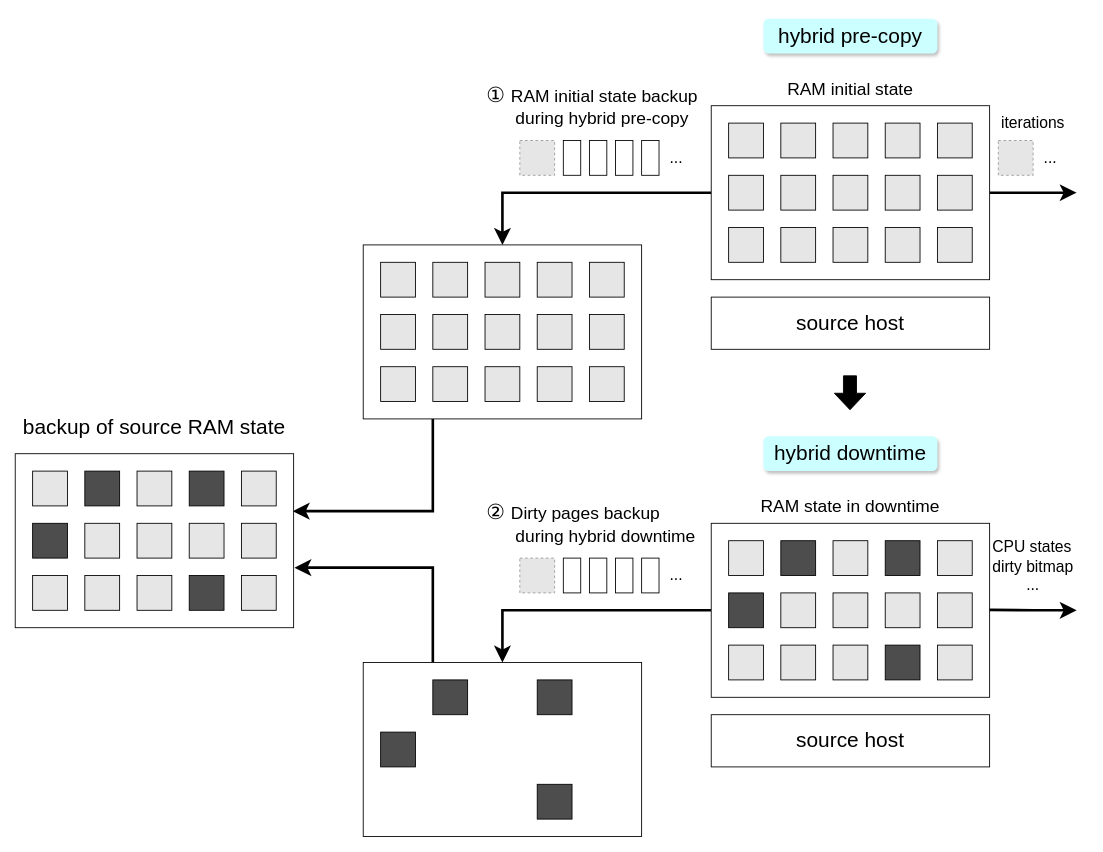
Above: final/backup's challenge.drawio in xuyizhe1999/drawio (draw.io), before the change. Source tidied: cells renumbered, new cells numbered last; positions are measured from the earlier drawing's top-left corner, leaving out a move shared by most shapes. Both pictures are drawn from the tidied source at 87%, with x=0, y=0 at pixel (15, 18). Pictures stored in the file or linked from it are replaced by grey dashed boxes.
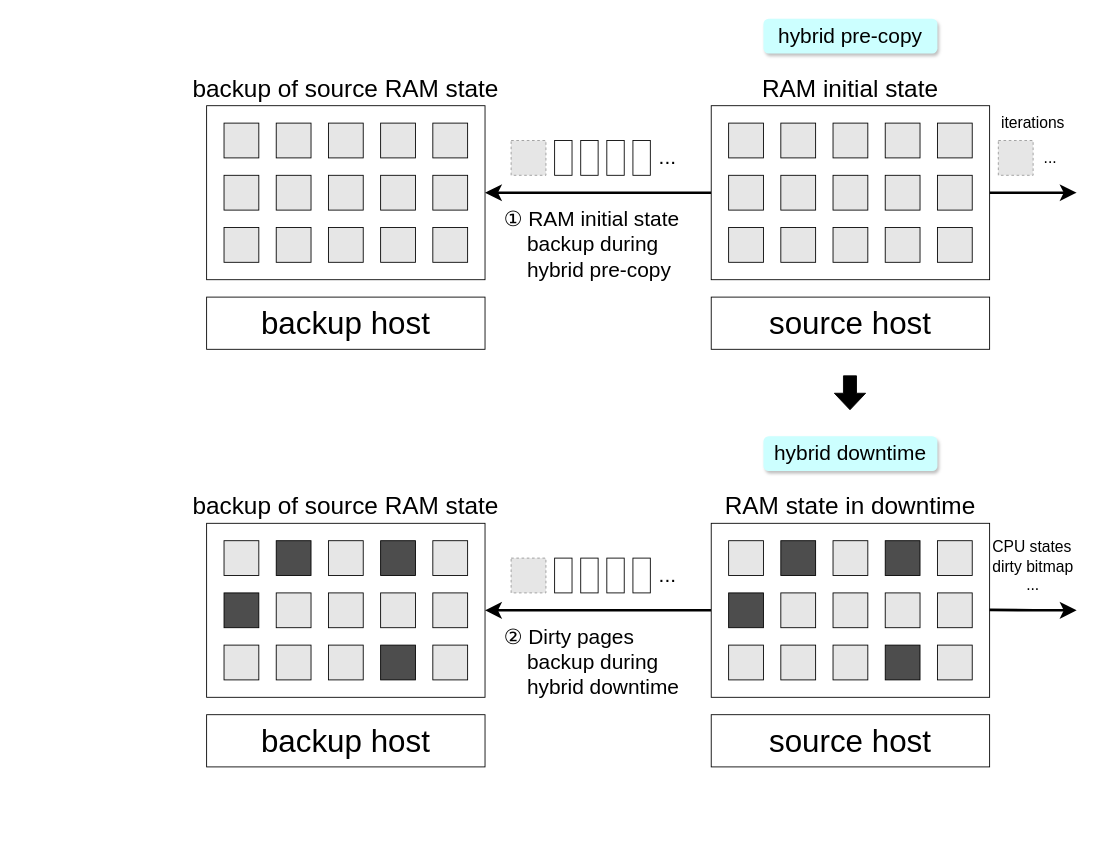
Above is the later version.

Unchanged cells that the change refers to:
```xml
<mxCell id="4" style="rounded=0;whiteSpace=wrap;html=1;" parent="1" vertex="1">
  <mxGeometry x="800" y="100" width="320" height="200" as="geometry" />
</mxCell>
<mxCell id="27" style="rounded=0;whiteSpace=wrap;html=1;" parent="1" vertex="1">
  <mxGeometry x="800" y="580" width="320" height="200" as="geometry" />
</mxCell>
```

Diff of the diagram source:
```diff
@@
-    <mxCell id="3" style="edgeStyle=orthogonalEdgeStyle;rounded=0;jettySize=auto;html=1;exitX=0;exitY=0.5;exitDx=0;exitDy=0;entryX=0.5;entryY=0;entryDx=0;entryDy=0;strokeWidth=3;endSize=10;startSize=10;" parent="1" edge="1" source="4" target="48">
+    <mxCell id="3" style="edgeStyle=orthogonalEdgeStyle;rounded=0;jettySize=auto;html=1;exitX=0;exitY=0.5;exitDx=0;exitDy=0;entryX=1;entryY=0.5;entryDx=0;entryDy=0;strokeWidth=3;endSize=10;startSize=10;" parent="1" edge="1" source="4" target="48">
       <mxGeometry relative="1" as="geometry" />
     </mxCell>
@@
-    <mxCell id="20" value="&lt;font style=&quot;font-size: 24px;&quot;&gt;source host&lt;/font&gt;" style="rounded=0;whiteSpace=wrap;html=1;" parent="1" vertex="1">
+    <mxCell id="20" value="&lt;font style=&quot;font-size: 36px;&quot;&gt;source host&lt;/font&gt;" style="rounded=0;whiteSpace=wrap;html=1;" parent="1" vertex="1">
       <mxGeometry x="800" y="320" width="320" height="60" as="geometry" />
     </mxCell>
-    <mxCell id="21" value="&lt;font style=&quot;font-size: 20px;&quot;&gt;RAM initial state&lt;/font&gt;" style="text;html=1;strokeColor=none;fillColor=none;align=center;verticalAlign=middle;whiteSpace=wrap;rounded=0;" parent="1" vertex="1">
+    <mxCell id="21" value="&lt;font style=&quot;font-size: 28px;&quot;&gt;RAM initial state&lt;/font&gt;" style="text;html=1;strokeColor=none;fillColor=none;align=center;verticalAlign=middle;whiteSpace=wrap;rounded=0;" parent="1" vertex="1">
       <mxGeometry x="800" y="60" width="320" height="40" as="geometry" />
     </mxCell>
@@
-    <mxCell id="26" style="edgeStyle=orthogonalEdgeStyle;rounded=0;jettySize=auto;html=1;exitX=0;exitY=0.5;exitDx=0;exitDy=0;entryX=0.5;entryY=0;entryDx=0;entryDy=0;endSize=10;startSize=10;strokeWidth=3;" parent="1" edge="1" source="27" target="65">
+    <mxCell id="26" style="edgeStyle=orthogonalEdgeStyle;rounded=0;jettySize=auto;html=1;exitX=0;exitY=0.5;exitDx=0;exitDy=0;entryX=1;entryY=0.5;entryDx=0;entryDy=0;endSize=10;startSize=10;strokeWidth=3;" parent="1" edge="1" source="27" target="65">
       <mxGeometry relative="1" as="geometry" />
     </mxCell>
@@
-    <mxCell id="43" value="&lt;font style=&quot;font-size: 24px;&quot;&gt;source host&lt;/font&gt;" style="rounded=0;whiteSpace=wrap;html=1;" parent="1" vertex="1">
+    <mxCell id="43" value="&lt;font style=&quot;font-size: 36px;&quot;&gt;source host&lt;/font&gt;" style="rounded=0;whiteSpace=wrap;html=1;" parent="1" vertex="1">
       <mxGeometry x="800" y="800" width="320" height="60" as="geometry" />
     </mxCell>
-    <mxCell id="44" value="&lt;font style=&quot;font-size: 20px;&quot;&gt;RAM state in downtime&lt;/font&gt;" style="text;html=1;strokeColor=none;fillColor=none;align=center;verticalAlign=middle;whiteSpace=wrap;rounded=0;" parent="1" vertex="1">
+    <mxCell id="44" value="&lt;font style=&quot;font-size: 28px;&quot;&gt;RAM state in downtime&lt;/font&gt;" style="text;html=1;strokeColor=none;fillColor=none;align=center;verticalAlign=middle;whiteSpace=wrap;rounded=0;" parent="1" vertex="1">
       <mxGeometry x="800" y="540" width="320" height="40" as="geometry" />
     </mxCell>
@@
-    <mxCell id="47" style="edgeStyle=orthogonalEdgeStyle;rounded=0;jettySize=auto;html=1;exitX=0.25;exitY=1;exitDx=0;exitDy=0;entryX=0.997;entryY=0.33;entryDx=0;entryDy=0;strokeWidth=3;endSize=10;startSize=10;entryPerimeter=0;" parent="1" edge="1" source="48" target="72">
-      <mxGeometry relative="1" as="geometry" />
-    </mxCell>
     <mxCell id="48" style="rounded=0;whiteSpace=wrap;html=1;" parent="1" vertex="1">
-      <mxGeometry x="400" y="260" width="320" height="200" as="geometry" />
+      <mxGeometry x="220" y="100" width="320" height="200" as="geometry" />
     </mxCell>
     <mxCell id="49" style="rounded=0;whiteSpace=wrap;html=1;fillColor=#E6E6E6;" parent="1" vertex="1">
-      <mxGeometry x="420" y="280" width="40" height="40" as="geometry" />
+      <mxGeometry x="240" y="120" width="40" height="40" as="geometry" />
     </mxCell>
     <mxCell id="50" style="rounded=0;whiteSpace=wrap;html=1;fillColor=#E6E6E6;" parent="1" vertex="1">
-      <mxGeometry x="480" y="280" width="40" height="40" as="geometry" />
+      <mxGeometry x="300" y="120" width="40" height="40" as="geometry" />
     </mxCell>
     <mxCell id="51" style="rounded=0;whiteSpace=wrap;html=1;fillColor=#E6E6E6;" parent="1" vertex="1">
-      <mxGeometry x="540" y="280" width="40" height="40" as="geometry" />
+      <mxGeometry x="360" y="120" width="40" height="40" as="geometry" />
     </mxCell>
     <mxCell id="52" style="rounded=0;whiteSpace=wrap;html=1;fillColor=#E6E6E6;" parent="1" vertex="1">
-      <mxGeometry x="600" y="280" width="40" height="40" as="geometry" />
+      <mxGeometry x="420" y="120" width="40" height="40" as="geometry" />
     </mxCell>
     <mxCell id="53" style="rounded=0;whiteSpace=wrap;html=1;fillColor=#E6E6E6;" parent="1" vertex="1">
-      <mxGeometry x="660" y="280" width="40" height="40" as="geometry" />
+      <mxGeometry x="480" y="120" width="40" height="40" as="geometry" />
     </mxCell>
     <mxCell id="54" style="rounded=0;whiteSpace=wrap;html=1;fillColor=#E6E6E6;" parent="1" vertex="1">
-      <mxGeometry x="420" y="340" width="40" height="40" as="geometry" />
+      <mxGeometry x="240" y="180" width="40" height="40" as="geometry" />
     </mxCell>
     <mxCell id="55" style="rounded=0;whiteSpace=wrap;html=1;fillColor=#E6E6E6;" parent="1" vertex="1">
-      <mxGeometry x="480" y="340" width="40" height="40" as="geometry" />
+      <mxGeometry x="300" y="180" width="40" height="40" as="geometry" />
     </mxCell>
     <mxCell id="56" style="rounded=0;whiteSpace=wrap;html=1;fillColor=#E6E6E6;" parent="1" vertex="1">
-      <mxGeometry x="540" y="340" width="40" height="40" as="geometry" />
+      <mxGeometry x="360" y="180" width="40" height="40" as="geometry" />
     </mxCell>
     <mxCell id="57" style="rounded=0;whiteSpace=wrap;html=1;fillColor=#E6E6E6;" parent="1" vertex="1">
-      <mxGeometry x="600" y="340" width="40" height="40" as="geometry" />
+      <mxGeometry x="420" y="180" width="40" height="40" as="geometry" />
     </mxCell>
     <mxCell id="58" style="rounded=0;whiteSpace=wrap;html=1;fillColor=#E6E6E6;" parent="1" vertex="1">
-      <mxGeometry x="660" y="340" width="40" height="40" as="geometry" />
+      <mxGeometry x="480" y="180" width="40" height="40" as="geometry" />
     </mxCell>
     <mxCell id="59" style="rounded=0;whiteSpace=wrap;html=1;fillColor=#E6E6E6;" parent="1" vertex="1">
-      <mxGeometry x="420" y="400" width="40" height="40" as="geometry" />
+      <mxGeometry x="240" y="240" width="40" height="40" as="geometry" />
     </mxCell>
     <mxCell id="60" style="rounded=0;whiteSpace=wrap;html=1;fillColor=#E6E6E6;" parent="1" vertex="1">
-      <mxGeometry x="480" y="400" width="40" height="40" as="geometry" />
+      <mxGeometry x="300" y="240" width="40" height="40" as="geometry" />
     </mxCell>
     <mxCell id="61" style="rounded=0;whiteSpace=wrap;html=1;fillColor=#E6E6E6;" parent="1" vertex="1">
-      <mxGeometry x="540" y="400" width="40" height="40" as="geometry" />
+      <mxGeometry x="360" y="240" width="40" height="40" as="geometry" />
     </mxCell>
     <mxCell id="62" style="rounded=0;whiteSpace=wrap;html=1;fillColor=#E6E6E6;" parent="1" vertex="1">
-      <mxGeometry x="600" y="400" width="40" height="40" as="geometry" />
+      <mxGeometry x="420" y="240" width="40" height="40" as="geometry" />
     </mxCell>
     <mxCell id="63" style="rounded=0;whiteSpace=wrap;html=1;fillColor=#E6E6E6;" parent="1" vertex="1">
-      <mxGeometry x="660" y="400" width="40" height="40" as="geometry" />
+      <mxGeometry x="480" y="240" width="40" height="40" as="geometry" />
     </mxCell>
-    <mxCell id="64" style="edgeStyle=orthogonalEdgeStyle;rounded=0;jettySize=auto;html=1;exitX=0.25;exitY=0;exitDx=0;exitDy=0;entryX=1.003;entryY=0.655;entryDx=0;entryDy=0;strokeWidth=3;endSize=10;startSize=10;entryPerimeter=0;" parent="1" edge="1" source="65" target="72">
-      <mxGeometry relative="1" as="geometry" />
-    </mxCell>
     <mxCell id="65" style="rounded=0;whiteSpace=wrap;html=1;" parent="1" vertex="1">
-      <mxGeometry x="400" y="740" width="320" height="200" as="geometry" />
+      <mxGeometry x="220" y="580" width="320" height="200" as="geometry" />
     </mxCell>
     <mxCell id="66" style="rounded=0;whiteSpace=wrap;html=1;fillColor=#4D4D4D;" parent="1" vertex="1">
-      <mxGeometry x="480" y="760" width="40" height="40" as="geometry" />
+      <mxGeometry x="300" y="600" width="40" height="40" as="geometry" />
     </mxCell>
     <mxCell id="67" style="rounded=0;whiteSpace=wrap;html=1;fillColor=#4D4D4D;" parent="1" vertex="1">
-      <mxGeometry x="600" y="760" width="40" height="40" as="geometry" />
+      <mxGeometry x="420" y="600" width="40" height="40" as="geometry" />
     </mxCell>
     <mxCell id="68" style="rounded=0;whiteSpace=wrap;html=1;fillColor=#4D4D4D;" parent="1" vertex="1">
-      <mxGeometry x="420" y="820" width="40" height="40" as="geometry" />
+      <mxGeometry x="240" y="660" width="40" height="40" as="geometry" />
     </mxCell>
     <mxCell id="69" style="rounded=0;whiteSpace=wrap;html=1;fillColor=#4D4D4D;" parent="1" vertex="1">
-      <mxGeometry x="600" y="880" width="40" height="40" as="geometry" />
+      <mxGeometry x="420" y="720" width="40" height="40" as="geometry" />
     </mxCell>
-    <mxCell id="70" value="&lt;font style=&quot;font-size: 24px;&quot;&gt;① &lt;/font&gt;&lt;font style=&quot;font-size: 20px;&quot;&gt;RAM initial state backup&amp;nbsp; &amp;nbsp; &amp;nbsp; &amp;nbsp; during hybrid pre-copy&lt;/font&gt;" style="text;html=1;strokeColor=none;fillColor=none;align=left;verticalAlign=middle;whiteSpace=wrap;rounded=0;" parent="1" vertex="1">
-      <mxGeometry x="540" y="70" width="260" height="60" as="geometry" />
+    <mxCell id="70" value="&lt;font style=&quot;font-size: 24px;&quot;&gt;&lt;font style=&quot;&quot;&gt;① &lt;/font&gt;&lt;font style=&quot;&quot;&gt;RAM initial state&amp;nbsp; &amp;nbsp; &amp;nbsp; backup during&lt;br&gt;&amp;nbsp; &amp;nbsp; hybrid pre-copy&lt;/font&gt;&lt;/font&gt;" style="text;html=1;strokeColor=none;fillColor=none;align=left;verticalAlign=middle;whiteSpace=wrap;rounded=0;" parent="1" vertex="1">
+      <mxGeometry x="560" y="200" width="220" height="120" as="geometry" />
     </mxCell>
-    <mxCell id="71" value="&lt;font style=&quot;font-size: 24px;&quot;&gt;② &lt;/font&gt;&lt;font style=&quot;font-size: 20px;&quot;&gt;Dirty pages backup&lt;br&gt;&amp;nbsp; &amp;nbsp; &amp;nbsp; during hybrid downtime&lt;/font&gt;" style="text;html=1;strokeColor=none;fillColor=none;align=left;verticalAlign=middle;whiteSpace=wrap;rounded=0;" parent="1" vertex="1">
-      <mxGeometry x="540" y="550" width="260" height="60" as="geometry" />
+    <mxCell id="71" value="&lt;font style=&quot;font-size: 24px;&quot;&gt;&lt;font style=&quot;&quot;&gt;② &lt;/font&gt;&lt;font style=&quot;&quot;&gt;Dirty pages&lt;br&gt;&amp;nbsp; &amp;nbsp; backup during&lt;br&gt;&amp;nbsp; &amp;nbsp; hybrid downtime&lt;/font&gt;&lt;/font&gt;" style="text;html=1;strokeColor=none;fillColor=none;align=left;verticalAlign=middle;whiteSpace=wrap;rounded=0;" parent="1" vertex="1">
+      <mxGeometry x="560" y="680" width="220" height="120" as="geometry" />
     </mxCell>
-    <mxCell id="72" style="rounded=0;whiteSpace=wrap;html=1;" parent="1" vertex="1">
-      <mxGeometry y="500" width="320" height="200" as="geometry" />
-    </mxCell>
-    <mxCell id="73" style="rounded=0;whiteSpace=wrap;html=1;fillColor=#E6E6E6;" parent="1" vertex="1">
-      <mxGeometry x="20" y="520" width="40" height="40" as="geometry" />
-    </mxCell>
-    <mxCell id="74" style="rounded=0;whiteSpace=wrap;html=1;fillColor=#4D4D4D;" parent="1" vertex="1">
-      <mxGeometry x="80" y="520" width="40" height="40" as="geometry" />
-    </mxCell>
-    <mxCell id="75" style="rounded=0;whiteSpace=wrap;html=1;fillColor=#E6E6E6;" parent="1" vertex="1">
-      <mxGeometry x="140" y="520" width="40" height="40" as="geometry" />
-    </mxCell>
-    <mxCell id="76" style="rounded=0;whiteSpace=wrap;html=1;fillColor=#4D4D4D;" parent="1" vertex="1">
-      <mxGeometry x="200" y="520" width="40" height="40" as="geometry" />
-    </mxCell>
-    <mxCell id="77" style="rounded=0;whiteSpace=wrap;html=1;fillColor=#E6E6E6;" parent="1" vertex="1">
-      <mxGeometry x="260" y="520" width="40" height="40" as="geometry" />
-    </mxCell>
-    <mxCell id="78" style="rounded=0;whiteSpace=wrap;html=1;fillColor=#4D4D4D;" parent="1" vertex="1">
-      <mxGeometry x="20" y="580" width="40" height="40" as="geometry" />
-    </mxCell>
-    <mxCell id="79" style="rounded=0;whiteSpace=wrap;html=1;fillColor=#E6E6E6;" parent="1" vertex="1">
-      <mxGeometry x="80" y="580" width="40" height="40" as="geometry" />
-    </mxCell>
-    <mxCell id="80" style="rounded=0;whiteSpace=wrap;html=1;fillColor=#E6E6E6;" parent="1" vertex="1">
-      <mxGeometry x="140" y="580" width="40" height="40" as="geometry" />
-    </mxCell>
-    <mxCell id="81" style="rounded=0;whiteSpace=wrap;html=1;fillColor=#E6E6E6;" parent="1" vertex="1">
-      <mxGeometry x="200" y="580" width="40" height="40" as="geometry" />
-    </mxCell>
-    <mxCell id="82" style="rounded=0;whiteSpace=wrap;html=1;fillColor=#E6E6E6;" parent="1" vertex="1">
-      <mxGeometry x="260" y="580" width="40" height="40" as="geometry" />
-    </mxCell>
-    <mxCell id="83" style="rounded=0;whiteSpace=wrap;html=1;fillColor=#E6E6E6;" parent="1" vertex="1">
-      <mxGeometry x="20" y="640" width="40" height="40" as="geometry" />
-    </mxCell>
-    <mxCell id="84" style="rounded=0;whiteSpace=wrap;html=1;fillColor=#E6E6E6;" parent="1" vertex="1">
-      <mxGeometry x="80" y="640" width="40" height="40" as="geometry" />
-    </mxCell>
-    <mxCell id="85" style="rounded=0;whiteSpace=wrap;html=1;fillColor=#E6E6E6;" parent="1" vertex="1">
-      <mxGeometry x="140" y="640" width="40" height="40" as="geometry" />
-    </mxCell>
-    <mxCell id="86" style="rounded=0;whiteSpace=wrap;html=1;fillColor=#4D4D4D;" parent="1" vertex="1">
-      <mxGeometry x="200" y="640" width="40" height="40" as="geometry" />
-    </mxCell>
-    <mxCell id="87" style="rounded=0;whiteSpace=wrap;html=1;fillColor=#E6E6E6;" parent="1" vertex="1">
-      <mxGeometry x="260" y="640" width="40" height="40" as="geometry" />
-    </mxCell>
-    <mxCell id="88" value="&lt;font style=&quot;font-size: 24px;&quot;&gt;backup of source RAM state&lt;/font&gt;" style="text;html=1;strokeColor=none;fillColor=none;align=center;verticalAlign=middle;whiteSpace=wrap;rounded=0;" parent="1" vertex="1">
-      <mxGeometry y="440" width="320" height="60" as="geometry" />
+    <mxCell id="88" value="&lt;font style=&quot;font-size: 28px;&quot;&gt;backup of source RAM state&lt;/font&gt;" style="text;html=1;strokeColor=none;fillColor=none;align=center;verticalAlign=middle;whiteSpace=wrap;rounded=0;" parent="1" vertex="1">
+      <mxGeometry x="200" y="60" width="360" height="40" as="geometry" />
     </mxCell>
     <mxCell id="89" style="fillColor=#E6E6E6;strokeColor=#999999;dashed=1;html=1;verticalAlign=top;verticalLabelPosition=bottom;labelBackgroundColor=#ffffff;" parent="1" vertex="1">
-      <mxGeometry x="580" y="140" width="40" height="40" as="geometry" />
+      <mxGeometry x="570" y="140" width="40" height="40" as="geometry" />
     </mxCell>
     <mxCell id="90" style="rounded=0;whiteSpace=wrap;html=1;" parent="1" vertex="1">
-      <mxGeometry x="630" y="140" width="20" height="40" as="geometry" />
+      <mxGeometry x="620" y="140" width="20" height="40" as="geometry" />
     </mxCell>
     <mxCell id="91" style="rounded=0;whiteSpace=wrap;html=1;" parent="1" vertex="1">
-      <mxGeometry x="660" y="140" width="20" height="40" as="geometry" />
+      <mxGeometry x="650" y="140" width="20" height="40" as="geometry" />
     </mxCell>
     <mxCell id="92" style="rounded=0;whiteSpace=wrap;html=1;" parent="1" vertex="1">
-      <mxGeometry x="690" y="140" width="20" height="40" as="geometry" />
+      <mxGeometry x="680" y="140" width="20" height="40" as="geometry" />
     </mxCell>
     <mxCell id="93" style="rounded=0;whiteSpace=wrap;html=1;" parent="1" vertex="1">
-      <mxGeometry x="720" y="140" width="20" height="40" as="geometry" />
+      <mxGeometry x="710" y="140" width="20" height="40" as="geometry" />
     </mxCell>
-    <mxCell id="94" value="&lt;font style=&quot;font-size: 18px;&quot;&gt;...&lt;/font&gt;" style="text;html=1;strokeColor=none;fillColor=none;align=center;verticalAlign=middle;whiteSpace=wrap;rounded=0;" parent="1" vertex="1">
-      <mxGeometry x="740" y="140" width="40" height="40" as="geometry" />
+    <mxCell id="94" value="&lt;font style=&quot;font-size: 24px;&quot;&gt;...&lt;/font&gt;" style="text;html=1;strokeColor=none;fillColor=none;align=center;verticalAlign=middle;whiteSpace=wrap;rounded=0;" parent="1" vertex="1">
+      <mxGeometry x="730" y="140" width="40" height="40" as="geometry" />
     </mxCell>
     <mxCell id="95" style="fillColor=#E6E6E6;strokeColor=#999999;dashed=1;html=1;verticalAlign=top;verticalLabelPosition=bottom;labelBackgroundColor=#ffffff;" parent="1" vertex="1">
-      <mxGeometry x="580" y="620" width="40" height="40" as="geometry" />
+      <mxGeometry x="570" y="620" width="40" height="40" as="geometry" />
     </mxCell>
     <mxCell id="96" style="rounded=0;whiteSpace=wrap;html=1;" parent="1" vertex="1">
-      <mxGeometry x="630" y="620" width="20" height="40" as="geometry" />
+      <mxGeometry x="620" y="620" width="20" height="40" as="geometry" />
     </mxCell>
     <mxCell id="97" style="rounded=0;whiteSpace=wrap;html=1;" parent="1" vertex="1">
-      <mxGeometry x="660" y="620" width="20" height="40" as="geometry" />
+      <mxGeometry x="650" y="620" width="20" height="40" as="geometry" />
     </mxCell>
     <mxCell id="98" style="rounded=0;whiteSpace=wrap;html=1;" parent="1" vertex="1">
-      <mxGeometry x="690" y="620" width="20" height="40" as="geometry" />
+      <mxGeometry x="680" y="620" width="20" height="40" as="geometry" />
     </mxCell>
     <mxCell id="99" style="rounded=0;whiteSpace=wrap;html=1;" parent="1" vertex="1">
-      <mxGeometry x="720" y="620" width="20" height="40" as="geometry" />
+      <mxGeometry x="710" y="620" width="20" height="40" as="geometry" />
     </mxCell>
-    <mxCell id="100" value="&lt;font style=&quot;font-size: 18px;&quot;&gt;...&lt;/font&gt;" style="text;html=1;strokeColor=none;fillColor=none;align=center;verticalAlign=middle;whiteSpace=wrap;rounded=0;" parent="1" vertex="1">
-      <mxGeometry x="740" y="620" width="40" height="40" as="geometry" />
+    <mxCell id="100" value="&lt;font style=&quot;font-size: 24px;&quot;&gt;...&lt;/font&gt;" style="text;html=1;strokeColor=none;fillColor=none;align=center;verticalAlign=middle;whiteSpace=wrap;rounded=0;" parent="1" vertex="1">
+      <mxGeometry x="730" y="620" width="40" height="40" as="geometry" />
     </mxCell>
@@
+    <mxCell id="103" style="rounded=0;whiteSpace=wrap;html=1;fillColor=#E6E6E6;" parent="1" vertex="1">
+      <mxGeometry x="240" y="600" width="40" height="40" as="geometry" />
+    </mxCell>
+    <mxCell id="104" style="rounded=0;whiteSpace=wrap;html=1;fillColor=#E6E6E6;" parent="1" vertex="1">
+      <mxGeometry x="360" y="600" width="40" height="40" as="geometry" />
+    </mxCell>
+    <mxCell id="105" style="rounded=0;whiteSpace=wrap;html=1;fillColor=#E6E6E6;" parent="1" vertex="1">
+      <mxGeometry x="480" y="600" width="40" height="40" as="geometry" />
+    </mxCell>
+    <mxCell id="106" style="rounded=0;whiteSpace=wrap;html=1;fillColor=#E6E6E6;" parent="1" vertex="1">
+      <mxGeometry x="300" y="660" width="40" height="40" as="geometry" />
+    </mxCell>
+    <mxCell id="107" style="rounded=0;whiteSpace=wrap;html=1;fillColor=#E6E6E6;" parent="1" vertex="1">
+      <mxGeometry x="360" y="660" width="40" height="40" as="geometry" />
+    </mxCell>
+    <mxCell id="108" style="rounded=0;whiteSpace=wrap;html=1;fillColor=#E6E6E6;" parent="1" vertex="1">
+      <mxGeometry x="420" y="660" width="40" height="40" as="geometry" />
+    </mxCell>
+    <mxCell id="109" style="rounded=0;whiteSpace=wrap;html=1;fillColor=#E6E6E6;" parent="1" vertex="1">
+      <mxGeometry x="480" y="660" width="40" height="40" as="geometry" />
+    </mxCell>
+    <mxCell id="110" style="rounded=0;whiteSpace=wrap;html=1;fillColor=#E6E6E6;" parent="1" vertex="1">
+      <mxGeometry x="240" y="720" width="40" height="40" as="geometry" />
+    </mxCell>
+    <mxCell id="111" style="rounded=0;whiteSpace=wrap;html=1;fillColor=#E6E6E6;" parent="1" vertex="1">
+      <mxGeometry x="300" y="720" width="40" height="40" as="geometry" />
+    </mxCell>
+    <mxCell id="112" style="rounded=0;whiteSpace=wrap;html=1;fillColor=#E6E6E6;" parent="1" vertex="1">
+      <mxGeometry x="360" y="720" width="40" height="40" as="geometry" />
+    </mxCell>
+    <mxCell id="113" style="rounded=0;whiteSpace=wrap;html=1;fillColor=#E6E6E6;" parent="1" vertex="1">
+      <mxGeometry x="480" y="720" width="40" height="40" as="geometry" />
+    </mxCell>
+    <mxCell id="114" value="&lt;font style=&quot;font-size: 36px;&quot;&gt;backup host&lt;/font&gt;" style="rounded=0;whiteSpace=wrap;html=1;" parent="1" vertex="1">
+      <mxGeometry x="220" y="320" width="320" height="60" as="geometry" />
+    </mxCell>
+    <mxCell id="115" value="&lt;font style=&quot;font-size: 36px;&quot;&gt;backup host&lt;/font&gt;" style="rounded=0;whiteSpace=wrap;html=1;" parent="1" vertex="1">
+      <mxGeometry x="220" y="800" width="320" height="60" as="geometry" />
+    </mxCell>
+    <mxCell id="116" value="&lt;font style=&quot;font-size: 28px;&quot;&gt;backup of source RAM state&lt;/font&gt;" style="text;html=1;strokeColor=none;fillColor=none;align=center;verticalAlign=middle;whiteSpace=wrap;rounded=0;" parent="1" vertex="1">
+      <mxGeometry x="200" y="540" width="360" height="40" as="geometry" />
+    </mxCell>
```
